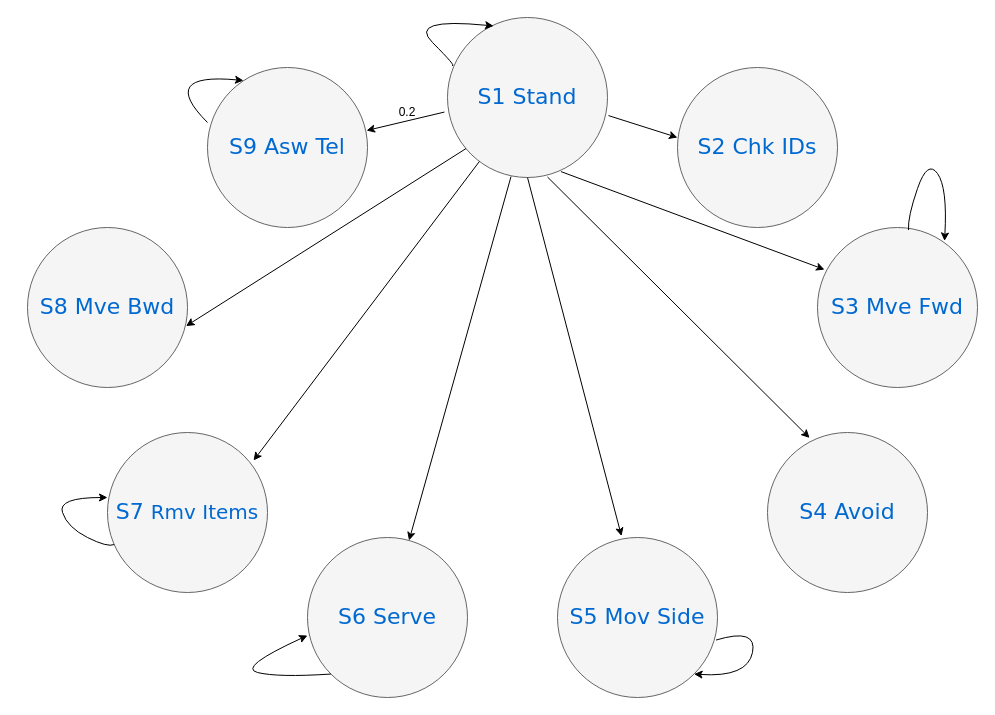
Earlier version of the draw.io diagram Untitled Diagram.drawio (lcw650/lcw2). Source tidied: cells renumbered, new cells numbered last; positions are measured from the earlier drawing's top-left corner, leaving out a move shared by most shapes. Both pictures are drawn from the tidied source at 100%, with x=0, y=0 at pixel (27, 17).
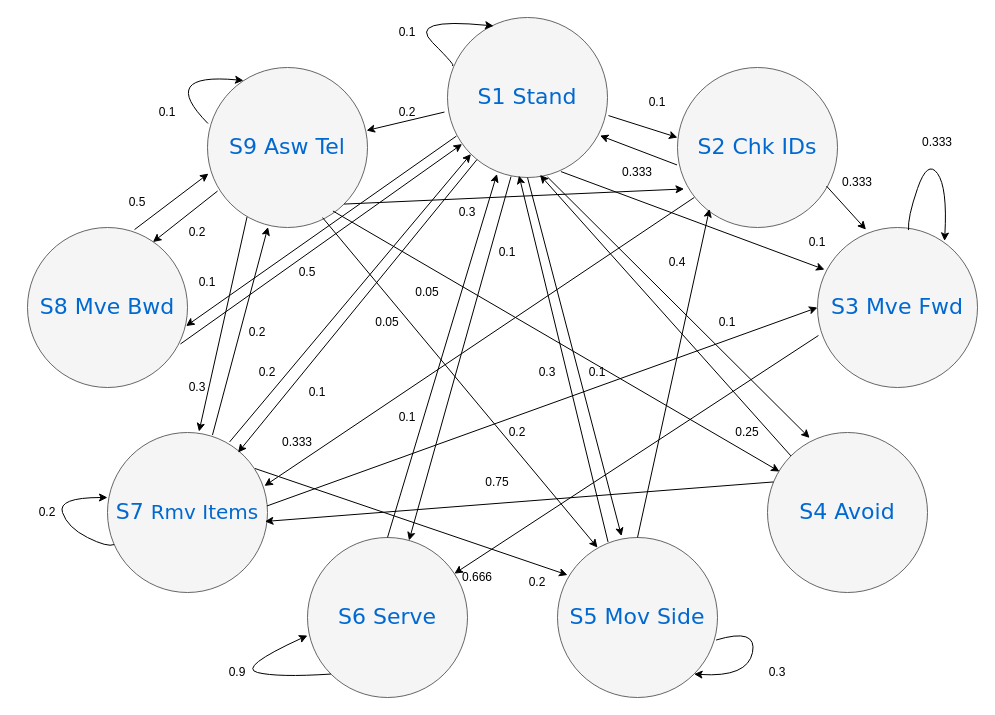
After the change.

The change refers to these unchanged cells:
```xml
<mxCell id="2" value="S1 Stand" style="ellipse;whiteSpace=wrap;html=1;rounded=0;shadow=0;dashed=0;comic=0;fontFamily=Verdana;fontSize=22;fontColor=#0069D1;fillColor=#f5f5f5;strokeColor=#666666;" parent="1" vertex="1">
  <mxGeometry x="420" width="160" height="160" as="geometry" />
</mxCell>
<mxCell id="3" value="S5 Mov Side" style="ellipse;whiteSpace=wrap;html=1;rounded=0;shadow=0;dashed=0;comic=0;fontFamily=Verdana;fontSize=22;fontColor=#0069D1;fillColor=#f5f5f5;strokeColor=#666666;" parent="1" vertex="1">
  <mxGeometry x="530" y="520" width="160" height="160" as="geometry" />
</mxCell>
<mxCell id="4" value="S3 Mve Fwd" style="ellipse;whiteSpace=wrap;html=1;rounded=0;shadow=0;dashed=0;comic=0;fontFamily=Verdana;fontSize=22;fontColor=#0069D1;fillColor=#f5f5f5;strokeColor=#666666;" parent="1" vertex="1">
  <mxGeometry x="790" y="210" width="160" height="160" as="geometry" />
</mxCell>
<mxCell id="5" value="S7 &lt;font style=&quot;font-size: 20px;&quot;&gt;Rmv Items&lt;/font&gt;" style="ellipse;whiteSpace=wrap;html=1;rounded=0;shadow=0;dashed=0;comic=0;fontFamily=Verdana;fontSize=22;fontColor=#0069D1;fillColor=#f5f5f5;strokeColor=#666666;" parent="1" vertex="1">
  <mxGeometry x="80" y="415" width="160" height="160" as="geometry" />
</mxCell>
<mxCell id="6" value="S8 Mve Bwd" style="ellipse;whiteSpace=wrap;html=1;rounded=0;shadow=0;dashed=0;comic=0;fontFamily=Verdana;fontSize=22;fontColor=#0069D1;fillColor=#f5f5f5;strokeColor=#666666;" parent="1" vertex="1">
  <mxGeometry y="210" width="160" height="160" as="geometry" />
</mxCell>
<mxCell id="7" value="S2 Chk IDs" style="ellipse;whiteSpace=wrap;html=1;rounded=0;shadow=0;dashed=0;comic=0;fontFamily=Verdana;fontSize=22;fontColor=#0069D1;fillColor=#f5f5f5;strokeColor=#666666;" parent="1" vertex="1">
  <mxGeometry x="650" y="50" width="160" height="160" as="geometry" />
</mxCell>
<mxCell id="8" value="S4 Avoid" style="ellipse;whiteSpace=wrap;html=1;rounded=0;shadow=0;dashed=0;comic=0;fontFamily=Verdana;fontSize=22;fontColor=#0069D1;fillColor=#f5f5f5;strokeColor=#666666;" parent="1" vertex="1">
  <mxGeometry x="740" y="415" width="160" height="160" as="geometry" />
</mxCell>
<mxCell id="9" value="S6 Serve" style="ellipse;whiteSpace=wrap;html=1;rounded=0;shadow=0;dashed=0;comic=0;fontFamily=Verdana;fontSize=22;fontColor=#0069D1;fillColor=#f5f5f5;strokeColor=#666666;" parent="1" vertex="1">
  <mxGeometry x="280" y="520" width="160" height="160" as="geometry" />
</mxCell>
<mxCell id="10" value="S9 Asw Tel" style="ellipse;whiteSpace=wrap;html=1;rounded=0;shadow=0;dashed=0;comic=0;fontFamily=Verdana;fontSize=22;fontColor=#0069D1;fillColor=#f5f5f5;strokeColor=#666666;" parent="1" vertex="1">
  <mxGeometry x="180" y="50" width="160" height="160" as="geometry" />
</mxCell>
```

The edit, as a diff of the source:
```diff
@@
-    <mxCell id="16" style="curved=1;endArrow=classic;html=1;rounded=0;entryX=0.288;entryY=0.053;entryDx=0;entryDy=0;entryPerimeter=0;" parent="1" edge="1">
+    <mxCell id="16" style="curved=1;endArrow=classic;html=1;rounded=0;entryX=0.288;entryY=0.053;entryDx=0;entryDy=0;entryPerimeter=0;exitX=0.003;exitY=0.35;exitDx=0;exitDy=0;exitPerimeter=0;" parent="1" edge="1" source="10">
       <mxGeometry relative="1" as="geometry">
-        <mxPoint x="180" y="105" as="sourcePoint" />
         <mxPoint x="216" y="63" as="targetPoint" />
         <Array as="points">
-          <mxPoint x="180" y="105" />
           <mxPoint x="130" y="55" />
         </Array>
       </mxGeometry>
     </mxCell>
@@
-    <mxCell id="22" style="endArrow=classic;html=1;rounded=0;entryX=0.991;entryY=0.616;entryDx=0;entryDy=0;entryPerimeter=0;exitX=0.116;exitY=0.819;exitDx=0;exitDy=0;exitPerimeter=0;" parent="1" edge="1" source="2" target="6">
+    <mxCell id="22" style="endArrow=classic;html=1;rounded=0;entryX=0.991;entryY=0.616;entryDx=0;entryDy=0;entryPerimeter=0;exitX=0.056;exitY=0.741;exitDx=0;exitDy=0;exitPerimeter=0;" parent="1" edge="1" source="2" target="6">
       <mxGeometry relative="1" as="geometry" />
     </mxCell>
-    <mxCell id="23" style="endArrow=classic;html=1;rounded=0;entryX=0.913;entryY=0.175;entryDx=0;entryDy=0;entryPerimeter=0;" parent="1" edge="1" source="2" target="5">
+    <mxCell id="23" style="endArrow=classic;html=1;rounded=0;entryX=0.816;entryY=0.125;entryDx=0;entryDy=0;entryPerimeter=0;" parent="1" edge="1" source="2" target="5">
       <mxGeometry relative="1" as="geometry" />
     </mxCell>
@@
+    <mxCell id="26" value="0.1" style="text;html=1;strokeColor=none;fillColor=none;align=center;verticalAlign=middle;whiteSpace=wrap;rounded=0;" parent="1" vertex="1">
+      <mxGeometry x="150" y="250" width="60" height="30" as="geometry" />
+    </mxCell>
+    <mxCell id="27" value="0.1" style="text;html=1;strokeColor=none;fillColor=none;align=center;verticalAlign=middle;whiteSpace=wrap;rounded=0;" parent="1" vertex="1">
+      <mxGeometry x="260" y="360" width="60" height="30" as="geometry" />
+    </mxCell>
+    <mxCell id="28" value="0.1" style="text;html=1;strokeColor=none;fillColor=none;align=center;verticalAlign=middle;whiteSpace=wrap;rounded=0;" parent="1" vertex="1">
+      <mxGeometry x="450" y="220" width="60" height="30" as="geometry" />
+    </mxCell>
+    <mxCell id="29" value="0.1" style="text;html=1;strokeColor=none;fillColor=none;align=center;verticalAlign=middle;whiteSpace=wrap;rounded=0;" parent="1" vertex="1">
+      <mxGeometry x="540" y="340" width="60" height="30" as="geometry" />
+    </mxCell>
+    <mxCell id="30" value="0.1" style="text;html=1;strokeColor=none;fillColor=none;align=center;verticalAlign=middle;whiteSpace=wrap;rounded=0;" parent="1" vertex="1">
+      <mxGeometry x="670" y="290" width="60" height="30" as="geometry" />
+    </mxCell>
+    <mxCell id="31" value="0.1" style="text;html=1;strokeColor=none;fillColor=none;align=center;verticalAlign=middle;whiteSpace=wrap;rounded=0;" parent="1" vertex="1">
+      <mxGeometry x="760" y="210" width="60" height="30" as="geometry" />
+    </mxCell>
+    <mxCell id="32" value="0.1" style="text;html=1;strokeColor=none;fillColor=none;align=center;verticalAlign=middle;whiteSpace=wrap;rounded=0;" parent="1" vertex="1">
+      <mxGeometry x="600" y="70" width="60" height="30" as="geometry" />
+    </mxCell>
+    <mxCell id="33" value="0.1" style="text;html=1;strokeColor=none;fillColor=none;align=center;verticalAlign=middle;whiteSpace=wrap;rounded=0;" parent="1" vertex="1">
+      <mxGeometry x="350" width="60" height="30" as="geometry" />
+    </mxCell>
+    <mxCell id="34" value="0.333" style="text;html=1;strokeColor=none;fillColor=none;align=center;verticalAlign=middle;whiteSpace=wrap;rounded=0;" parent="1" vertex="1">
+      <mxGeometry x="880" y="110" width="60" height="30" as="geometry" />
+    </mxCell>
+    <mxCell id="35" value="0.3" style="text;html=1;strokeColor=none;fillColor=none;align=center;verticalAlign=middle;whiteSpace=wrap;rounded=0;" parent="1" vertex="1">
+      <mxGeometry x="720" y="640" width="60" height="30" as="geometry" />
+    </mxCell>
+    <mxCell id="36" value="0.9" style="text;html=1;strokeColor=none;fillColor=none;align=center;verticalAlign=middle;whiteSpace=wrap;rounded=0;" parent="1" vertex="1">
+      <mxGeometry x="180" y="640" width="60" height="30" as="geometry" />
+    </mxCell>
+    <mxCell id="37" value="0.2" style="text;html=1;strokeColor=none;fillColor=none;align=center;verticalAlign=middle;whiteSpace=wrap;rounded=0;" parent="1" vertex="1">
+      <mxGeometry x="-10" y="480" width="60" height="30" as="geometry" />
+    </mxCell>
+    <mxCell id="38" value="0.1" style="text;html=1;strokeColor=none;fillColor=none;align=center;verticalAlign=middle;whiteSpace=wrap;rounded=0;" parent="1" vertex="1">
+      <mxGeometry x="110" y="80" width="60" height="30" as="geometry" />
+    </mxCell>
+    <mxCell id="39" style="endArrow=classic;html=1;rounded=0;exitX=-0.003;exitY=0.609;exitDx=0;exitDy=0;exitPerimeter=0;entryX=0.953;entryY=0.738;entryDx=0;entryDy=0;entryPerimeter=0;" parent="1" edge="1" source="7" target="2">
+      <mxGeometry relative="1" as="geometry" />
+    </mxCell>
+    <mxCell id="40" value="0.333" style="text;html=1;strokeColor=none;fillColor=none;align=center;verticalAlign=middle;whiteSpace=wrap;rounded=0;" parent="1" vertex="1">
+      <mxGeometry x="580" y="140" width="60" height="30" as="geometry" />
+    </mxCell>
+    <mxCell id="41" style="endArrow=classic;html=1;rounded=0;exitX=0.931;exitY=0.741;exitDx=0;exitDy=0;exitPerimeter=0;entryX=0.303;entryY=0.013;entryDx=0;entryDy=0;entryPerimeter=0;" parent="1" edge="1" source="7" target="4">
+      <mxGeometry relative="1" as="geometry" />
+    </mxCell>
+    <mxCell id="42" value="0.333" style="text;html=1;strokeColor=none;fillColor=none;align=center;verticalAlign=middle;whiteSpace=wrap;rounded=0;" parent="1" vertex="1">
+      <mxGeometry x="800" y="150" width="60" height="30" as="geometry" />
+    </mxCell>
+    <mxCell id="43" style="endArrow=classic;html=1;rounded=0;entryX=0.981;entryY=0.334;entryDx=0;entryDy=0;entryPerimeter=0;" parent="1" edge="1" target="5">
+      <mxGeometry relative="1" as="geometry">
+        <mxPoint x="666.7" y="180" as="sourcePoint" />
+      </mxGeometry>
+    </mxCell>
+    <mxCell id="44" value="0.333" style="text;html=1;strokeColor=none;fillColor=none;align=center;verticalAlign=middle;whiteSpace=wrap;rounded=0;" parent="1" vertex="1">
+      <mxGeometry x="240" y="410" width="60" height="30" as="geometry" />
+    </mxCell>
+    <mxCell id="45" style="endArrow=classic;html=1;rounded=0;exitX=0.006;exitY=0.675;exitDx=0;exitDy=0;exitPerimeter=0;" parent="1" edge="1" source="4" target="9">
+      <mxGeometry relative="1" as="geometry" />
+    </mxCell>
+    <mxCell id="46" value="0.666" style="text;html=1;strokeColor=none;fillColor=none;align=center;verticalAlign=middle;whiteSpace=wrap;rounded=0;" parent="1" vertex="1">
+      <mxGeometry x="420" y="545" width="60" height="30" as="geometry" />
+    </mxCell>
+    <mxCell id="47" style="endArrow=classic;html=1;rounded=0;exitX=0;exitY=0;exitDx=0;exitDy=0;entryX=0.578;entryY=0.984;entryDx=0;entryDy=0;entryPerimeter=0;" parent="1" edge="1" source="8" target="2">
+      <mxGeometry relative="1" as="geometry" />
+    </mxCell>
+    <mxCell id="48" style="endArrow=classic;html=1;rounded=0;exitX=0.038;exitY=0.309;exitDx=0;exitDy=0;entryX=0.984;entryY=0.556;entryDx=0;entryDy=0;entryPerimeter=0;exitPerimeter=0;" parent="1" edge="1" source="8" target="5">
+      <mxGeometry relative="1" as="geometry" />
+    </mxCell>
+    <mxCell id="49" value="0.75" style="text;html=1;strokeColor=none;fillColor=none;align=center;verticalAlign=middle;whiteSpace=wrap;rounded=0;" parent="1" vertex="1">
+      <mxGeometry x="440" y="450" width="60" height="30" as="geometry" />
+    </mxCell>
+    <mxCell id="50" style="endArrow=classic;html=1;rounded=0;exitX=0.316;exitY=0.028;exitDx=0;exitDy=0;exitPerimeter=0;entryX=0.447;entryY=0.988;entryDx=0;entryDy=0;entryPerimeter=0;" parent="1" edge="1" source="3" target="2">
+      <mxGeometry relative="1" as="geometry" />
+    </mxCell>
+    <mxCell id="51" value="0.3" style="text;html=1;strokeColor=none;fillColor=none;align=center;verticalAlign=middle;whiteSpace=wrap;rounded=0;" parent="1" vertex="1">
+      <mxGeometry x="490" y="340" width="60" height="30" as="geometry" />
+    </mxCell>
+    <mxCell id="52" style="endArrow=classic;html=1;rounded=0;exitX=0.5;exitY=0;exitDx=0;exitDy=0;entryX=0.2;entryY=0.884;entryDx=0;entryDy=0;entryPerimeter=0;" parent="1" edge="1" source="3" target="7">
+      <mxGeometry relative="1" as="geometry" />
+    </mxCell>
+    <mxCell id="53" value="0.25" style="text;html=1;strokeColor=none;fillColor=none;align=center;verticalAlign=middle;whiteSpace=wrap;rounded=0;" parent="1" vertex="1">
+      <mxGeometry x="690" y="400" width="60" height="30" as="geometry" />
+    </mxCell>
+    <mxCell id="54" value="0.4" style="text;html=1;strokeColor=none;fillColor=none;align=center;verticalAlign=middle;whiteSpace=wrap;rounded=0;" parent="1" vertex="1">
+      <mxGeometry x="620" y="230" width="60" height="30" as="geometry" />
+    </mxCell>
+    <mxCell id="55" style="endArrow=classic;html=1;rounded=0;exitX=0.5;exitY=0;exitDx=0;exitDy=0;entryX=0.309;entryY=0.978;entryDx=0;entryDy=0;entryPerimeter=0;" parent="1" edge="1" source="9" target="2">
+      <mxGeometry relative="1" as="geometry" />
+    </mxCell>
+    <mxCell id="56" value="0.1" style="text;html=1;strokeColor=none;fillColor=none;align=center;verticalAlign=middle;whiteSpace=wrap;rounded=0;" parent="1" vertex="1">
+      <mxGeometry x="350" y="385" width="60" height="30" as="geometry" />
+    </mxCell>
+    <mxCell id="57" style="endArrow=classic;html=1;rounded=0;exitX=0.763;exitY=0.059;exitDx=0;exitDy=0;exitPerimeter=0;entryX=0;entryY=1;entryDx=0;entryDy=0;" parent="1" edge="1" source="5" target="2">
+      <mxGeometry relative="1" as="geometry" />
+    </mxCell>
+    <mxCell id="58" value="0.2" style="text;html=1;strokeColor=none;fillColor=none;align=center;verticalAlign=middle;whiteSpace=wrap;rounded=0;" parent="1" vertex="1">
+      <mxGeometry x="210" y="340" width="60" height="30" as="geometry" />
+    </mxCell>
+    <mxCell id="59" style="endArrow=classic;html=1;rounded=0;exitX=0.997;exitY=0.459;exitDx=0;exitDy=0;exitPerimeter=0;entryX=0;entryY=0.5;entryDx=0;entryDy=0;" parent="1" edge="1" source="5" target="4">
+      <mxGeometry relative="1" as="geometry" />
+    </mxCell>
+    <mxCell id="60" value="0.2" style="text;html=1;strokeColor=none;fillColor=none;align=center;verticalAlign=middle;whiteSpace=wrap;rounded=0;" parent="1" vertex="1">
+      <mxGeometry x="460" y="400" width="60" height="30" as="geometry" />
+    </mxCell>
+    <mxCell id="61" style="endArrow=classic;html=1;rounded=0;exitX=0.922;exitY=0.225;exitDx=0;exitDy=0;exitPerimeter=0;entryX=1;entryY=0.25;entryDx=0;entryDy=0;" parent="1" edge="1" source="5" target="62">
+      <mxGeometry relative="1" as="geometry" />
+    </mxCell>
+    <mxCell id="62" value="0.2" style="text;html=1;strokeColor=none;fillColor=none;align=center;verticalAlign=middle;whiteSpace=wrap;rounded=0;" parent="1" vertex="1">
+      <mxGeometry x="480" y="550" width="60" height="30" as="geometry" />
+    </mxCell>
+    <mxCell id="63" style="endArrow=classic;html=1;rounded=0;exitX=0.656;exitY=0.016;exitDx=0;exitDy=0;exitPerimeter=0;entryX=0.378;entryY=0.997;entryDx=0;entryDy=0;entryPerimeter=0;" parent="1" edge="1" source="5" target="10">
+      <mxGeometry relative="1" as="geometry" />
+    </mxCell>
+    <mxCell id="64" value="0.2" style="text;html=1;strokeColor=none;fillColor=none;align=center;verticalAlign=middle;whiteSpace=wrap;rounded=0;" parent="1" vertex="1">
+      <mxGeometry x="200" y="300" width="60" height="30" as="geometry" />
+    </mxCell>
+    <mxCell id="65" style="endArrow=classic;html=1;rounded=0;exitX=0.956;exitY=0.728;exitDx=0;exitDy=0;exitPerimeter=0;entryX=0.091;entryY=0.791;entryDx=0;entryDy=0;entryPerimeter=0;" parent="1" edge="1" source="6" target="2">
+      <mxGeometry relative="1" as="geometry" />
+    </mxCell>
+    <mxCell id="66" value="0.5" style="text;html=1;strokeColor=none;fillColor=none;align=center;verticalAlign=middle;whiteSpace=wrap;rounded=0;" parent="1" vertex="1">
+      <mxGeometry x="250" y="240" width="60" height="30" as="geometry" />
+    </mxCell>
+    <mxCell id="67" style="endArrow=classic;html=1;rounded=0;exitX=0.669;exitY=0.013;exitDx=0;exitDy=0;exitPerimeter=0;entryX=0.006;entryY=0.663;entryDx=0;entryDy=0;entryPerimeter=0;" parent="1" edge="1" source="6" target="10">
+      <mxGeometry relative="1" as="geometry" />
+    </mxCell>
+    <mxCell id="68" value="0.5" style="text;html=1;strokeColor=none;fillColor=none;align=center;verticalAlign=middle;whiteSpace=wrap;rounded=0;" parent="1" vertex="1">
+      <mxGeometry x="80" y="170" width="60" height="30" as="geometry" />
+    </mxCell>
+    <mxCell id="69" style="endArrow=classic;html=1;rounded=0;exitX=1;exitY=1;exitDx=0;exitDy=0;entryX=0.041;entryY=0.759;entryDx=0;entryDy=0;entryPerimeter=0;" parent="1" edge="1" source="10" target="7">
+      <mxGeometry relative="1" as="geometry" />
+    </mxCell>
+    <mxCell id="70" value="0.3" style="text;html=1;strokeColor=none;fillColor=none;align=center;verticalAlign=middle;whiteSpace=wrap;rounded=0;" parent="1" vertex="1">
+      <mxGeometry x="410" y="180" width="60" height="30" as="geometry" />
+    </mxCell>
+    <mxCell id="71" style="endArrow=classic;html=1;rounded=0;exitX=0.784;exitY=0.897;exitDx=0;exitDy=0;exitPerimeter=0;entryX=0.075;entryY=0.244;entryDx=0;entryDy=0;entryPerimeter=0;" parent="1" edge="1" source="10" target="8">
+      <mxGeometry relative="1" as="geometry" />
+    </mxCell>
+    <mxCell id="72" value="0.05" style="text;html=1;strokeColor=none;fillColor=none;align=center;verticalAlign=middle;whiteSpace=wrap;rounded=0;" parent="1" vertex="1">
+      <mxGeometry x="370" y="260" width="60" height="30" as="geometry" />
+    </mxCell>
+    <mxCell id="73" style="endArrow=classic;html=1;rounded=0;exitX=0.719;exitY=0.938;exitDx=0;exitDy=0;exitPerimeter=0;entryX=0.25;entryY=0.063;entryDx=0;entryDy=0;entryPerimeter=0;" parent="1" edge="1" source="10" target="3">
+      <mxGeometry relative="1" as="geometry" />
+    </mxCell>
+    <mxCell id="74" value="0.05" style="text;html=1;strokeColor=none;fillColor=none;align=center;verticalAlign=middle;whiteSpace=wrap;rounded=0;" parent="1" vertex="1">
+      <mxGeometry x="330" y="290" width="60" height="30" as="geometry" />
+    </mxCell>
+    <mxCell id="75" style="endArrow=classic;html=1;rounded=0;exitX=0.247;exitY=0.934;exitDx=0;exitDy=0;entryX=0.572;entryY=-0.006;entryDx=0;entryDy=0;entryPerimeter=0;exitPerimeter=0;" parent="1" edge="1" source="10" target="5">
+      <mxGeometry relative="1" as="geometry" />
+    </mxCell>
+    <mxCell id="76" value="0.3" style="text;html=1;strokeColor=none;fillColor=none;align=center;verticalAlign=middle;whiteSpace=wrap;rounded=0;" parent="1" vertex="1">
+      <mxGeometry x="140" y="355" width="60" height="30" as="geometry" />
+    </mxCell>
+    <mxCell id="77" style="endArrow=classic;html=1;rounded=0;exitX=0.063;exitY=0.772;exitDx=0;exitDy=0;exitPerimeter=0;entryX=0.784;entryY=0.091;entryDx=0;entryDy=0;entryPerimeter=0;" parent="1" edge="1" source="10" target="6">
+      <mxGeometry relative="1" as="geometry" />
+    </mxCell>
+    <mxCell id="78" value="0.2" style="text;html=1;strokeColor=none;fillColor=none;align=center;verticalAlign=middle;whiteSpace=wrap;rounded=0;" parent="1" vertex="1">
+      <mxGeometry x="140" y="200" width="60" height="30" as="geometry" />
+    </mxCell>
```
